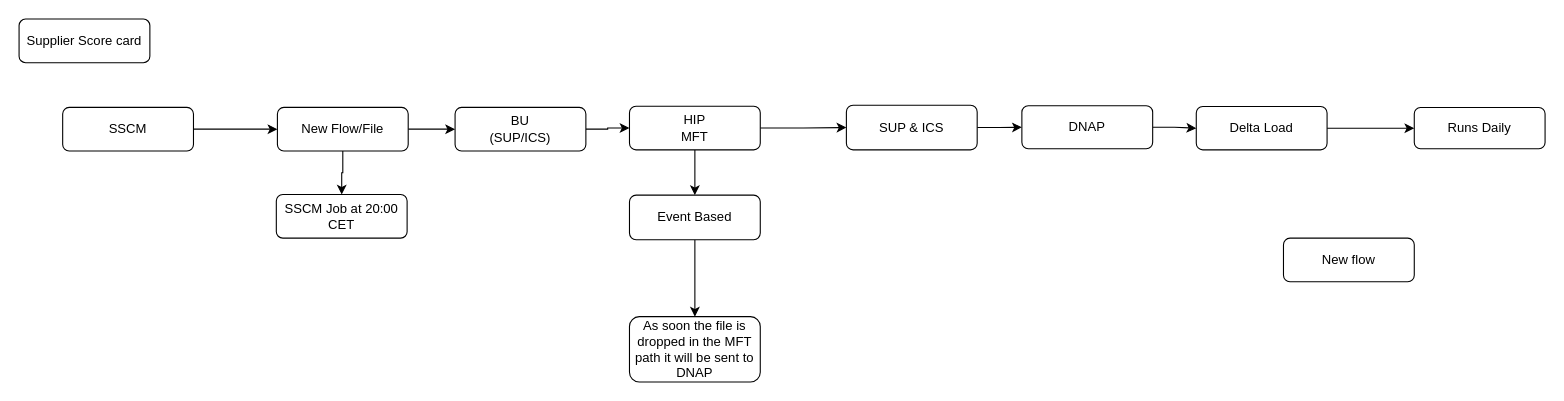
Before: page "supplier classification Score Card" (6 of 6) of quality inspection flow.drawio in nselangovan/powerofdata, a draw.io diagram. Source tidied: cells renumbered, new cells numbered last; positions are measured from the earlier drawing's top-left corner, leaving out a move shared by most shapes. Both pictures are drawn from the tidied source at 109%, with x=0, y=0 at pixel (19, 19).
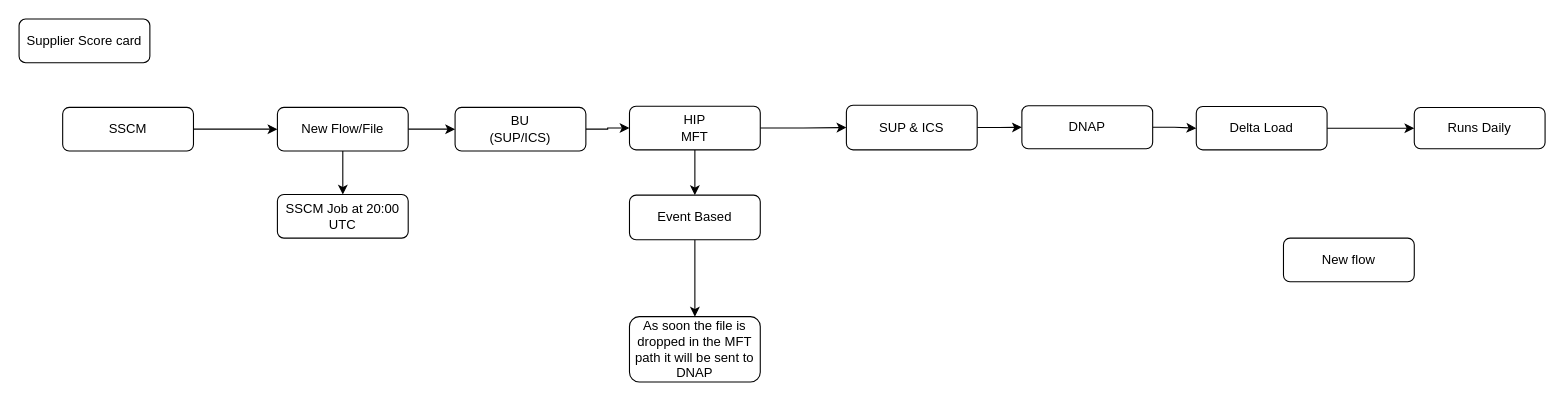
After the change.

Change to the diagram source:
```diff
@@
-    <mxCell id="21" value="SSCM Job at 20:00 CET" style="whiteSpace=wrap;html=1;rounded=1;" parent="1" vertex="1">
-      <mxGeometry x="236" y="161" width="120" height="40" as="geometry" />
+    <mxCell id="21" value="SSCM Job at 20:00 UTC" style="whiteSpace=wrap;html=1;rounded=1;" parent="1" vertex="1">
+      <mxGeometry x="237" y="161" width="120" height="40" as="geometry" />
     </mxCell>
```
